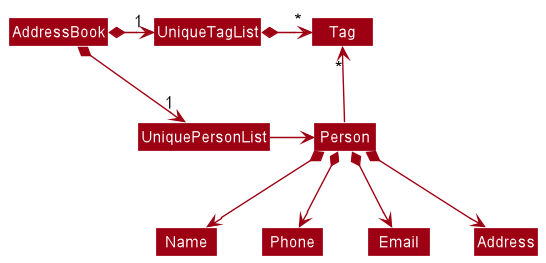
This is docs/images/BetterModelClassDiagram.png from nus-cs2103-AY2223S1/tp, a PlantUML export, as it was before one commit.
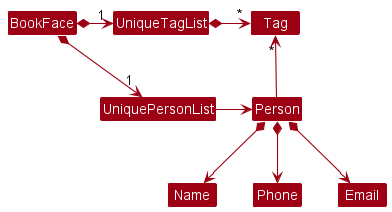
The same file after the commit.

What changed in the source:
```diff
@@ -4,8 +4,8 @@
 skinparam arrowColor MODEL_COLOR
 skinparam classBackgroundColor MODEL_COLOR
 
-AddressBook *-right-> "1" UniquePersonList
-AddressBook *-right-> "1" UniqueTagList
+BookFace *-right-> "1" UniquePersonList
+BookFace *-right-> "1" UniqueTagList
 UniqueTagList -[hidden]down- UniquePersonList
 UniqueTagList -[hidden]down- UniquePersonList
 
@@ -17,5 +17,4 @@
 Person *--> Name
 Person *--> Phone
 Person *--> Email
-Person *--> Address
 @enduml
```
